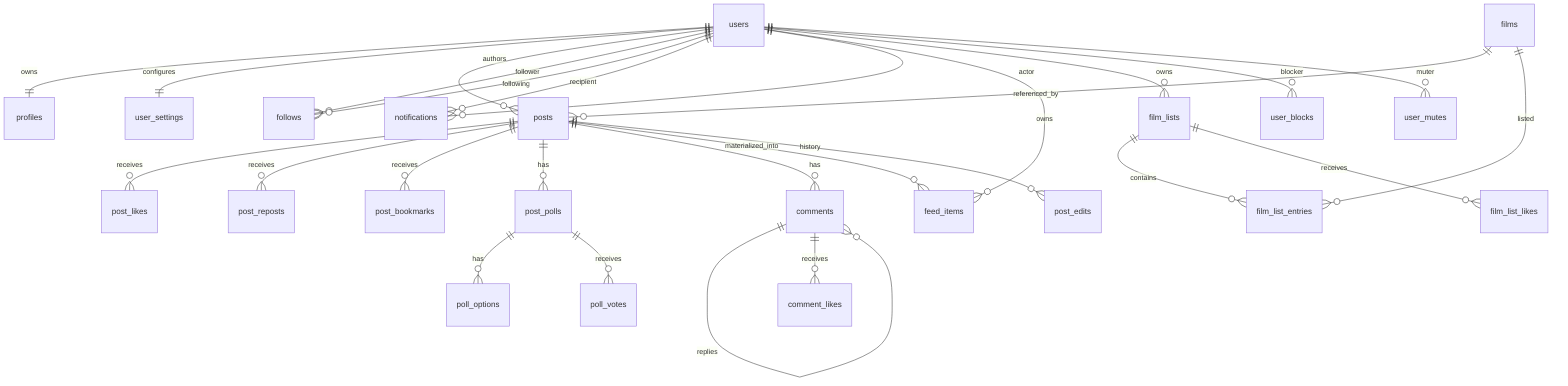
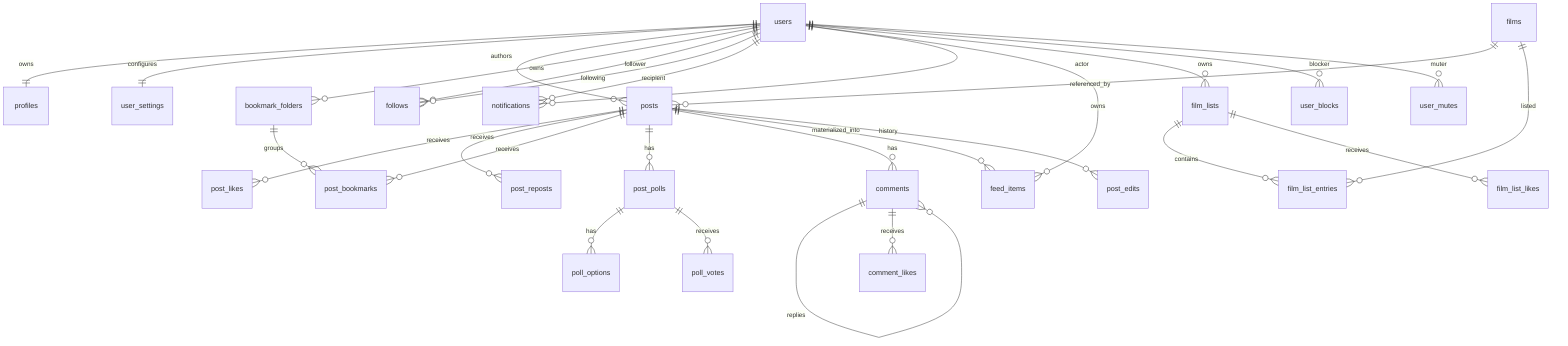
erDiagram
  users ||--|| profiles : owns
  users ||--|| user_settings : configures
  users ||--o{ posts : authors
  films ||--o{ posts : referenced_by
  posts ||--o{ post_likes : receives
  posts ||--o{ post_reposts : receives
  posts ||--o{ post_bookmarks : receives
+   users ||--o{ bookmark_folders : owns
+   bookmark_folders ||--o{ post_bookmarks : groups
  posts ||--o{ post_polls : has
  post_polls ||--o{ poll_options : has
  post_polls ||--o{ poll_votes : receives
  posts ||--o{ comments : has
  comments ||--o{ comments : replies
  comments ||--o{ comment_likes : receives
  users ||--o{ follows : follower
  users ||--o{ follows : following
  users ||--o{ notifications : recipient
  users ||--o{ notifications : actor
  users ||--o{ feed_items : owns
  posts ||--o{ feed_items : materialized_into
  posts ||--o{ post_edits : history
  users ||--o{ film_lists : owns
  film_lists ||--o{ film_list_entries : contains
  films ||--o{ film_list_entries : listed
  film_lists ||--o{ film_list_likes : receives
  users ||--o{ user_blocks : blocker
  users ||--o{ user_mutes : muter
